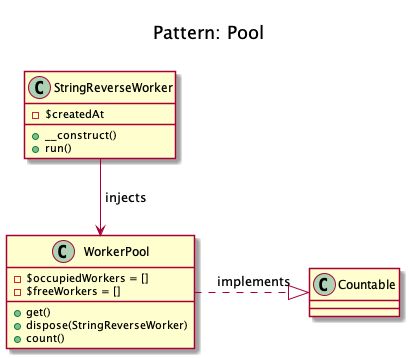
Before: patterns/creational/pool/domnikl/diagram.png, a diagram exported from PlantUML (rosselli/design-patterns-implemented.concepts). The source it was exported from:
```plantuml
@startuml
    Title <size:20>\nPattern: Pool\n

	class WorkerPool {
		- $occupiedWorkers = []
		- $freeWorkers = []
		+ get()
		+ dispose(StringReverseWorker)
		+ count()
	}

	class StringReverseWorker {
		- $createdAt

		+  __construct()
		+ run()
	}


	WorkerPool .right.|> Countable: " implements"
	StringReverseWorker --> WorkerPool: " injects"

@enduml
```
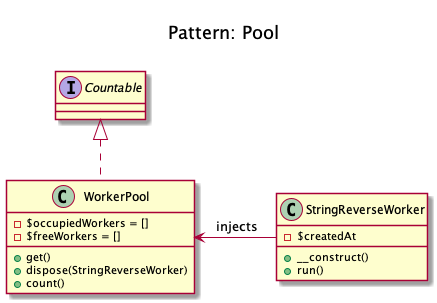
The same file after the commit.

Diff of the diagram source:
```diff
@@ -1,7 +1,7 @@
 @startuml
     Title <size:20>\nPattern: Pool\n
 
-	class WorkerPool {
+	class WorkerPool implements Countable {
 		- $occupiedWorkers = []
 		- $freeWorkers = []
 		+ get()
@@ -11,13 +11,10 @@
 
 	class StringReverseWorker {
 		- $createdAt
-
 		+  __construct()
 		+ run()
 	}
 
-
-	WorkerPool .right.|> Countable: " implements"
-	StringReverseWorker --> WorkerPool: " injects"
+	StringReverseWorker -left-> WorkerPool: " injects"
 
 @enduml
```
